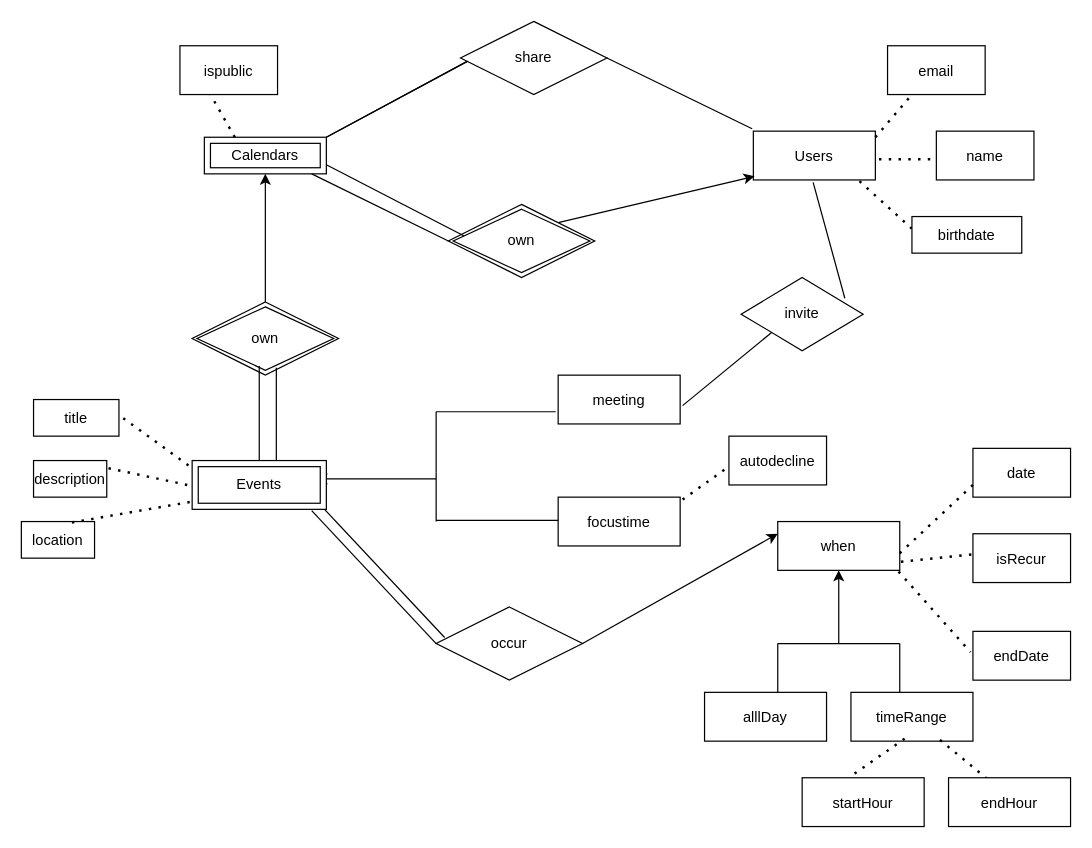
Above: Untitled Diagram.drawio in MarionetteSHF/data_wrangling_i (draw.io), before the change. Source tidied: cells renumbered, new cells numbered last; positions are measured from the earlier drawing's top-left corner, leaving out a move shared by most shapes. Both pictures are drawn from the tidied source at 122%, with x=0, y=0 at pixel (21, 21).
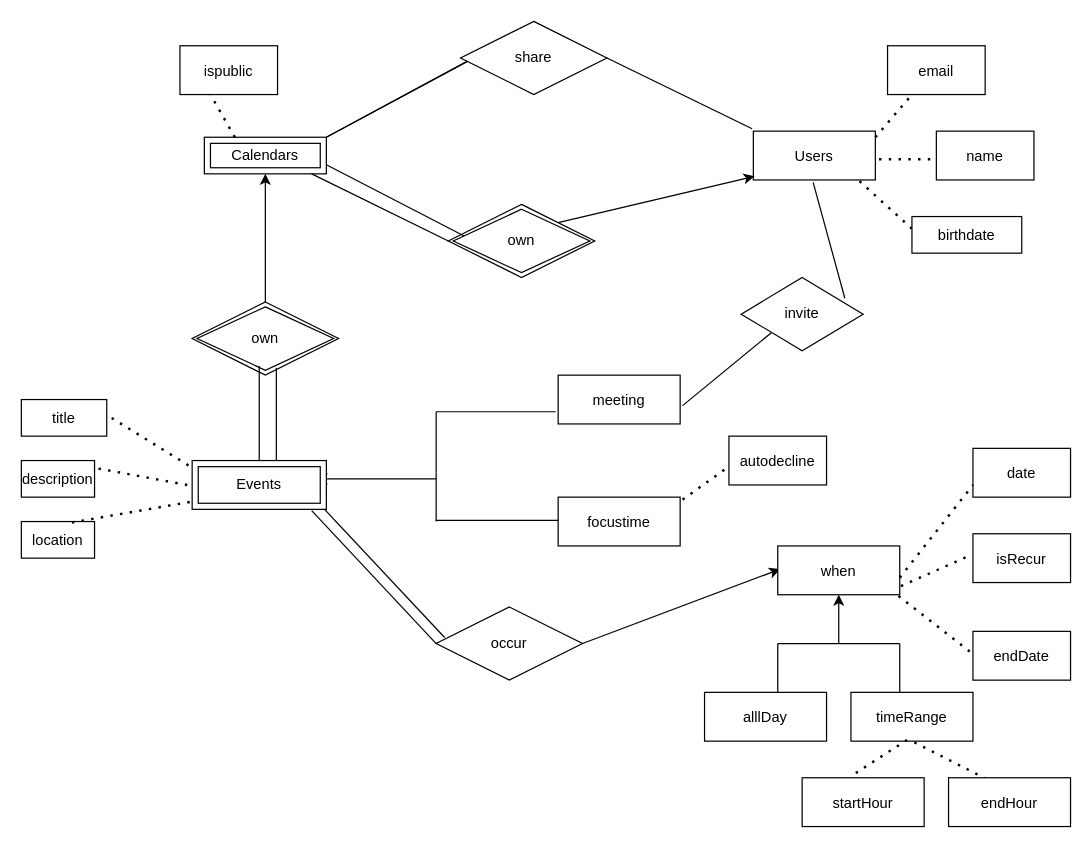
Above is the later version.

Unchanged cells that the change refers to:
```xml
<mxCell id="28" value="occur" style="shape=rhombus;perimeter=rhombusPerimeter;whiteSpace=wrap;html=1;align=center;" parent="1" vertex="1">
  <mxGeometry x="340" y="480" width="120" height="60" as="geometry" />
</mxCell>
<mxCell id="40" value="timeRange" style="shape=umlLifeline;perimeter=lifelinePerimeter;rounded=0;shadow=0;strokeWidth=1;" parent="1" vertex="1">
  <mxGeometry x="680" y="550" width="100" height="40" as="geometry" />
</mxCell>
<mxCell id="45" value="endHour" style="shape=umlLifeline;perimeter=lifelinePerimeter;rounded=0;shadow=0;strokeWidth=1;" parent="1" vertex="1">
  <mxGeometry x="760" y="620" width="100" height="40" as="geometry" />
</mxCell>
<mxCell id="46" value="startHour" style="shape=umlLifeline;perimeter=lifelinePerimeter;rounded=0;shadow=0;strokeWidth=1;" parent="1" vertex="1">
  <mxGeometry x="640" y="620" width="100" height="40" as="geometry" />
</mxCell>
```

Diff of the diagram source:
```diff
@@
     <mxCell id="20" value="title" style="shape=umlLifeline;perimeter=lifelinePerimeter;rounded=0;shadow=0;strokeWidth=1;" parent="1" vertex="1">
-      <mxGeometry x="10" y="310" width="70" height="30" as="geometry" />
+      <mxGeometry y="310" width="70" height="30" as="geometry" />
     </mxCell>
     <mxCell id="21" value="description" style="shape=umlLifeline;perimeter=lifelinePerimeter;rounded=0;shadow=0;strokeWidth=1;" parent="1" vertex="1">
-      <mxGeometry x="10" y="360" width="60" height="30" as="geometry" />
+      <mxGeometry y="360" width="60" height="30" as="geometry" />
     </mxCell>
@@
-    <mxCell id="29" style="endArrow=classic;html=1;rounded=0;exitX=1;exitY=0.5;exitDx=0;exitDy=0;" parent="1" edge="1" source="28">
-      <mxGeometry relative="1" as="geometry">
-        <mxPoint x="620" y="420" as="targetPoint" />
-      </mxGeometry>
+    <mxCell id="29" style="endArrow=classic;html=1;rounded=0;exitX=1;exitY=0.5;exitDx=0;exitDy=0;entryX=0.02;entryY=0.475;entryDx=0;entryDy=0;entryPerimeter=0;" parent="1" edge="1" source="28" target="30">
+      <mxGeometry relative="1" as="geometry" />
     </mxCell>
     <mxCell id="30" value="when" style="shape=umlLifeline;perimeter=lifelinePerimeter;rounded=0;shadow=0;strokeWidth=1;" parent="1" vertex="1">
-      <mxGeometry x="620" y="410" width="100" height="40" as="geometry" />
+      <mxGeometry x="620" y="430" width="100" height="40" as="geometry" />
     </mxCell>
@@
-    <mxCell id="43" style="endArrow=none;dashed=1;html=1;dashPattern=1 3;strokeWidth=2;rounded=0;exitX=0.73;exitY=0.975;exitDx=0;exitDy=0;exitPerimeter=0;entryX=0.33;entryY=0.05;entryDx=0;entryDy=0;entryPerimeter=0;" parent="1" edge="1" source="40" target="45">
+    <mxCell id="43" style="endArrow=none;dashed=1;html=1;dashPattern=1 3;strokeWidth=2;rounded=0;exitX=0.52;exitY=1.025;exitDx=0;exitDy=0;exitPerimeter=0;entryX=0.33;entryY=0.05;entryDx=0;entryDy=0;entryPerimeter=0;" parent="1" edge="1" source="40" target="45">
       <mxGeometry relative="1" as="geometry" />
     </mxCell>
-    <mxCell id="44" style="endArrow=none;dashed=1;html=1;dashPattern=1 3;strokeWidth=2;rounded=0;exitX=0.44;exitY=0.95;exitDx=0;exitDy=0;exitPerimeter=0;entryX=0.41;entryY=-0.05;entryDx=0;entryDy=0;entryPerimeter=0;" parent="1" edge="1" source="40" target="46">
+    <mxCell id="44" style="endArrow=none;dashed=1;html=1;dashPattern=1 3;strokeWidth=2;rounded=0;exitX=0.46;exitY=0.975;exitDx=0;exitDy=0;exitPerimeter=0;entryX=0.41;entryY=-0.05;entryDx=0;entryDy=0;entryPerimeter=0;" parent="1" edge="1" source="40" target="46">
       <mxGeometry relative="1" as="geometry" />
     </mxCell>
```
